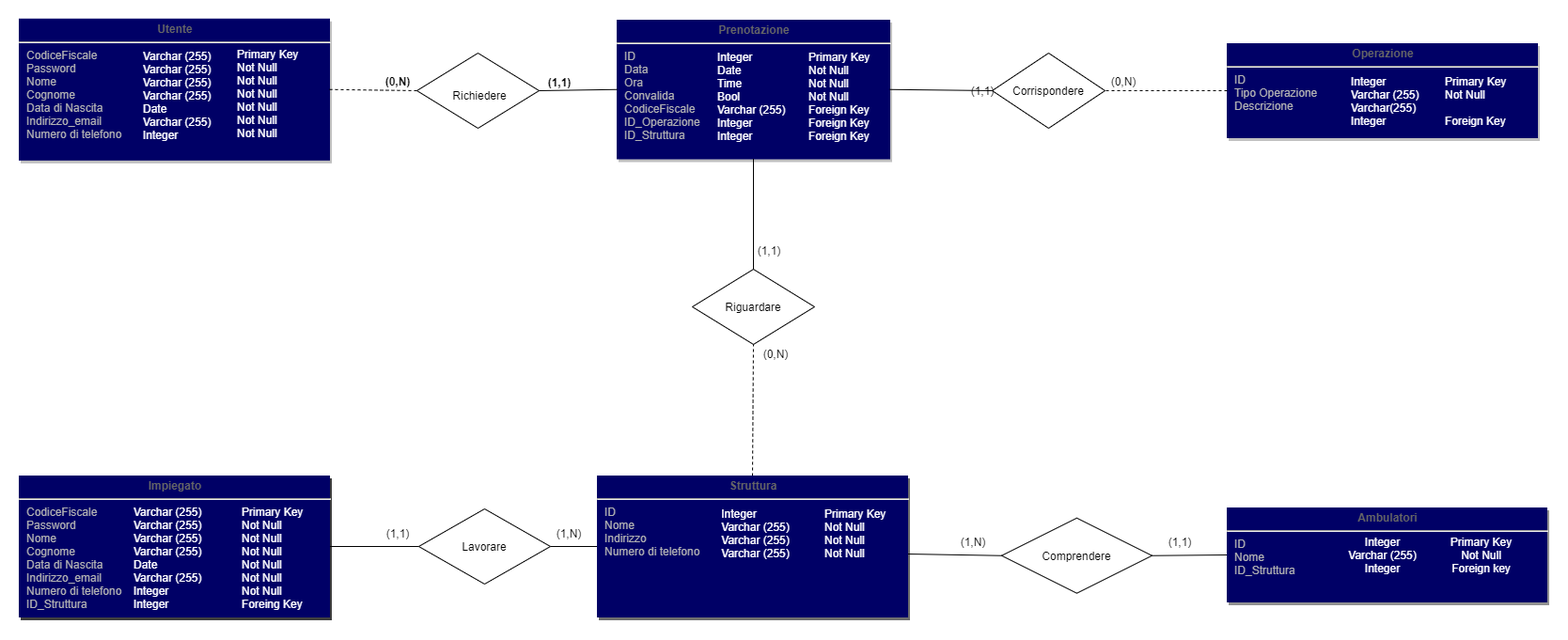
Before: Documenti/SDD/DataBase/DatabaseFinale.png, a diagram exported from draw.io (Givaa/MedQueue). Source tidied: cells renumbered, new cells last; positions are measured from the earlier drawing's top-left corner, leaving out a move shared by most shapes.
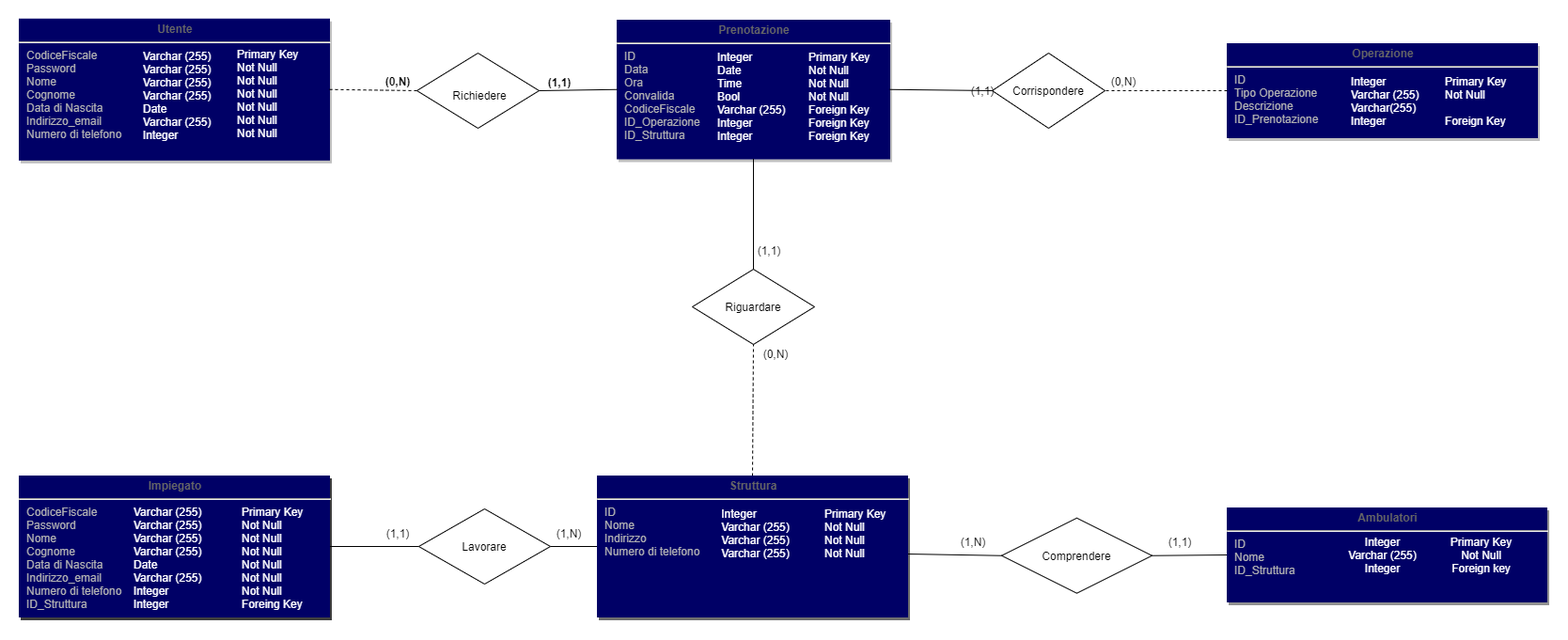
The same file after the commit.

The edit, as a diff of the source:
```diff
@@ -86,7 +86,7 @@
     <mxCell id="29" value="(0,N)" style="text;html=1;strokeColor=none;fillColor=none;align=center;verticalAlign=middle;whiteSpace=wrap;rounded=0;" parent="1" vertex="1">
       <mxGeometry x="785" y="346" width="40" height="20" as="geometry" />
     </mxCell>
-    <mxCell id="30" value="&lt;p style=&quot;margin: 4px 0px 0px ; text-align: center&quot;&gt;&lt;b&gt;&lt;font color=&quot;#666666&quot;&gt;Operazione&lt;/font&gt;&lt;/b&gt;&lt;/p&gt;&lt;hr&gt;&lt;p style=&quot;margin: 0px ; margin-left: 8px&quot;&gt;&lt;font color=&quot;#b3b3b3&quot;&gt;ID&lt;/font&gt;&lt;/p&gt;&lt;p style=&quot;margin: 0px ; margin-left: 8px&quot;&gt;&lt;font color=&quot;#b3b3b3&quot;&gt;Tipo Operazione&lt;/font&gt;&lt;/p&gt;&lt;p style=&quot;margin: 0px ; margin-left: 8px&quot;&gt;&lt;font color=&quot;#b3b3b3&quot;&gt;Descrizione&lt;/font&gt;&lt;/p&gt;&lt;p style=&quot;margin: 0px ; margin-left: 8px&quot;&gt;&lt;br&gt;&lt;/p&gt;" style="verticalAlign=top;align=left;overflow=fill;fontSize=12;fontFamily=Helvetica;html=1;shadow=1;fontColor=#003366;fillColor=#000066;strokeColor=#000066;" parent="1" vertex="1">
+    <mxCell id="30" value="&lt;p style=&quot;margin: 4px 0px 0px ; text-align: center&quot;&gt;&lt;b&gt;&lt;font color=&quot;#666666&quot;&gt;Operazione&lt;/font&gt;&lt;/b&gt;&lt;/p&gt;&lt;hr&gt;&lt;p style=&quot;margin: 0px ; margin-left: 8px&quot;&gt;&lt;font color=&quot;#b3b3b3&quot;&gt;ID&lt;/font&gt;&lt;/p&gt;&lt;p style=&quot;margin: 0px ; margin-left: 8px&quot;&gt;&lt;font color=&quot;#b3b3b3&quot;&gt;Tipo Operazione&lt;/font&gt;&lt;/p&gt;&lt;p style=&quot;margin: 0px ; margin-left: 8px&quot;&gt;&lt;font color=&quot;#b3b3b3&quot;&gt;Descrizione&lt;/font&gt;&lt;/p&gt;&lt;p style=&quot;margin: 0px ; margin-left: 8px&quot;&gt;&lt;font color=&quot;#b3b3b3&quot;&gt;ID_Prenotazione&lt;/font&gt;&lt;/p&gt;&lt;p style=&quot;margin: 0px ; margin-left: 8px&quot;&gt;&lt;br&gt;&lt;/p&gt;" style="verticalAlign=top;align=left;overflow=fill;fontSize=12;fontFamily=Helvetica;html=1;shadow=1;fontColor=#003366;fillColor=#000066;strokeColor=#000066;" parent="1" vertex="1">
       <mxGeometry x="1285" y="26" width="330" height="100" as="geometry" />
     </mxCell>
     <mxCell id="31" value="&lt;font color=&quot;#ffffff&quot;&gt;Integer&lt;br&gt;Varchar (255)&lt;br&gt;Varchar(255)&lt;br&gt;Integer&lt;/font&gt;" style="rounded=0;whiteSpace=wrap;html=1;fillColor=none;align=left;strokeColor=none;" parent="1" vertex="1">
```
